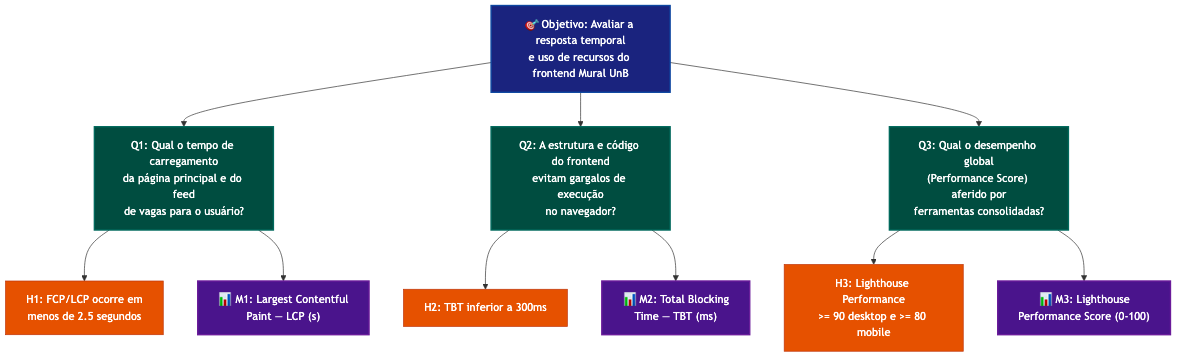
This is docs/Fase2/diagrams/eficiencia.png from FCTE-Qualidade-de-Software-1/2026-1_T01_GRACE_HOPPER, a Mermaid export, as it was before one commit. Its source is kept beside it as docs/Fase2/diagrams/eficiencia.mmd.
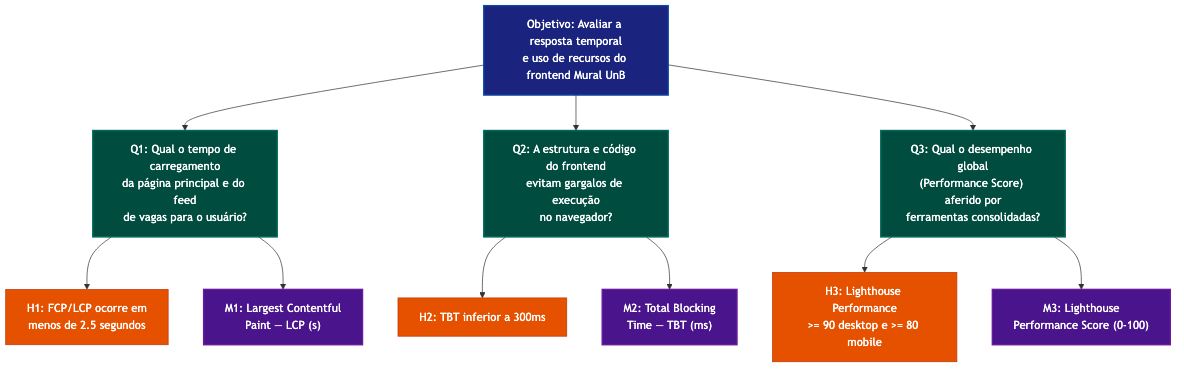
Later version of the same file.

Diff of the diagram source:
```diff
@@ -1,5 +1,5 @@
 flowchart TB
-  OBJ["🎯 Objetivo: Avaliar a resposta temporal\ne uso de recursos do frontend Mural UnB"]
+  OBJ["Objetivo: Avaliar a resposta temporal\ne uso de recursos do frontend Mural UnB"]
 
   OBJ --> Q1["Q1: Qual o tempo de carregamento\nda página principal e do feed\nde vagas para o usuário?"]
   OBJ --> Q2["Q2: A estrutura e código do frontend\nevitam gargalos de execução\nno navegador?"]
@@ -9,9 +9,9 @@
   Q2 --> H2["H2: TBT inferior a 300ms"]
   Q3 --> H3["H3: Lighthouse Performance\n>= 90 desktop e >= 80 mobile"]
 
-  Q1 --> M1["📊 M1: Largest Contentful\nPaint — LCP (s)"]
-  Q2 --> M2["📊 M2: Total Blocking\nTime — TBT (ms)"]
-  Q3 --> M3["📊 M3: Lighthouse\nPerformance Score (0-100)"]
+  Q1 --> M1["M1: Largest Contentful\nPaint — LCP (s)"]
+  Q2 --> M2["M2: Total Blocking\nTime — TBT (ms)"]
+  Q3 --> M3["M3: Lighthouse\nPerformance Score (0-100)"]
 
   style OBJ fill:#1a237e,color:#fff,stroke:#0d47a1,stroke-width:2px
   style Q1 fill:#004d40,color:#fff,stroke:#00695c,stroke-width:2px
```
